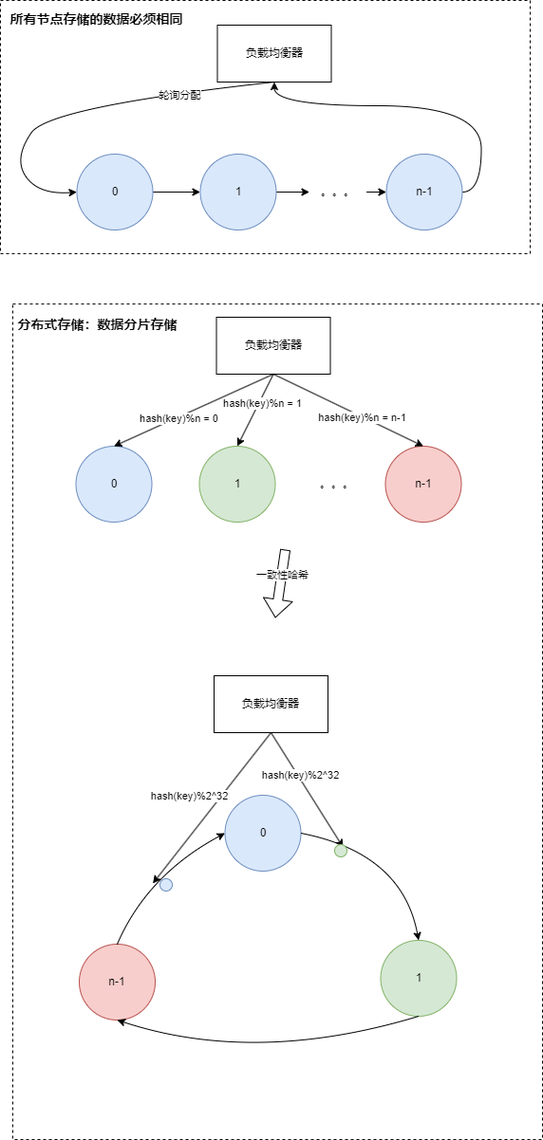
Above: CS/OS/网络系统/负载均衡.drawio.png in sirius-zyj/Images (draw.io), before the change. Source tidied: cells renumbered, new cells last; positions are measured from the earlier drawing's top-left corner, leaving out a move shared by most shapes. Its diagram source:
```xml
<mxGraphModel background="#ffffff">
  <root>
    <mxCell id="0" />
    <mxCell id="1" parent="0" />
    <mxCell id="2" style="rounded=0;whiteSpace=wrap;html=1;dashed=1;" parent="1" vertex="1">
      <mxGeometry width="558" height="267" as="geometry" />
    </mxCell>
    <mxCell id="3" style="rounded=0;whiteSpace=wrap;html=1;dashed=1;" parent="1" vertex="1">
      <mxGeometry x="13" y="320" width="558" height="881" as="geometry" />
    </mxCell>
    <mxCell id="4" value="负载均衡器" style="rounded=0;whiteSpace=wrap;html=1;" parent="1" vertex="1">
      <mxGeometry x="228.5" y="26" width="120" height="60" as="geometry" />
    </mxCell>
    <mxCell id="5" style="edgeStyle=orthogonalEdgeStyle;rounded=0;jettySize=auto;html=1;exitX=1;exitY=0.5;exitDx=0;exitDy=0;entryX=0;entryY=0.5;entryDx=0;entryDy=0;" parent="1" edge="1" source="6" target="8">
      <mxGeometry relative="1" as="geometry" />
    </mxCell>
    <mxCell id="6" value="0" style="ellipse;whiteSpace=wrap;html=1;fillColor=#dae8fc;strokeColor=#6c8ebf;" parent="1" vertex="1">
      <mxGeometry x="80.5" y="162" width="80" height="80" as="geometry" />
    </mxCell>
    <mxCell id="7" style="edgeStyle=orthogonalEdgeStyle;rounded=0;jettySize=auto;html=1;exitX=1;exitY=0.5;exitDx=0;exitDy=0;" parent="1" edge="1" source="8" target="12">
      <mxGeometry relative="1" as="geometry" />
    </mxCell>
    <mxCell id="8" value="1" style="ellipse;whiteSpace=wrap;html=1;fillColor=#dae8fc;strokeColor=#6c8ebf;" parent="1" vertex="1">
      <mxGeometry x="210.5" y="162" width="80" height="80" as="geometry" />
    </mxCell>
    <mxCell id="9" style="edgeStyle=orthogonalEdgeStyle;rounded=0;jettySize=auto;html=1;exitX=1;exitY=0.5;exitDx=0;exitDy=0;entryX=0.5;entryY=1;entryDx=0;entryDy=0;curved=1;" parent="1" edge="1" source="10" target="4">
      <mxGeometry relative="1" as="geometry">
        <Array as="points">
          <mxPoint x="506.5" y="202" />
          <mxPoint x="506.5" y="111" />
          <mxPoint x="288.5" y="111" />
        </Array>
      </mxGeometry>
    </mxCell>
    <mxCell id="10" value="n-1" style="ellipse;whiteSpace=wrap;html=1;fillColor=#dae8fc;strokeColor=#6c8ebf;" parent="1" vertex="1">
      <mxGeometry x="406.5" y="162" width="80" height="80" as="geometry" />
    </mxCell>
    <mxCell id="11" style="edgeStyle=orthogonalEdgeStyle;rounded=0;jettySize=auto;html=1;exitX=1;exitY=0.5;exitDx=0;exitDy=0;entryX=0;entryY=0.5;entryDx=0;entryDy=0;" parent="1" edge="1" source="12" target="10">
      <mxGeometry relative="1" as="geometry" />
    </mxCell>
    <mxCell id="12" value="。。。" style="text;html=1;align=center;verticalAlign=middle;whiteSpace=wrap;rounded=0;" parent="1" vertex="1">
      <mxGeometry x="325.5" y="187" width="60" height="30" as="geometry" />
    </mxCell>
    <mxCell id="13" style="endArrow=classic;html=1;rounded=0;exitX=0.5;exitY=1;exitDx=0;exitDy=0;entryX=0;entryY=0.5;entryDx=0;entryDy=0;curved=1;" parent="1" edge="1" source="4" target="6">
      <mxGeometry relative="1" as="geometry">
        <Array as="points">
          <mxPoint x="51.5" y="112" />
          <mxPoint x="13.5" y="167" />
          <mxPoint x="40.5" y="205" />
        </Array>
      </mxGeometry>
    </mxCell>
    <mxCell id="14" value="轮询分配" style="edgeLabel;html=1;align=center;verticalAlign=middle;" parent="13" vertex="1">
      <mxGeometry x="-0.49" y="2" relative="1" as="geometry" />
    </mxCell>
    <mxCell id="15" value="负载均衡器" style="rounded=0;whiteSpace=wrap;html=1;" parent="1" vertex="1">
      <mxGeometry x="227.5" y="334" width="120" height="60" as="geometry" />
    </mxCell>
    <mxCell id="16" value="0" style="ellipse;whiteSpace=wrap;html=1;fillColor=#dae8fc;strokeColor=#6c8ebf;" parent="1" vertex="1">
      <mxGeometry x="79.5" y="470" width="80" height="80" as="geometry" />
    </mxCell>
    <mxCell id="17" value="1" style="ellipse;whiteSpace=wrap;html=1;fillColor=#d5e8d4;strokeColor=#82b366;" parent="1" vertex="1">
      <mxGeometry x="209.5" y="470" width="80" height="80" as="geometry" />
    </mxCell>
    <mxCell id="18" value="n-1" style="ellipse;whiteSpace=wrap;html=1;fillColor=#f8cecc;strokeColor=#b85450;" parent="1" vertex="1">
      <mxGeometry x="405.5" y="470" width="80" height="80" as="geometry" />
    </mxCell>
    <mxCell id="19" value="。。。" style="text;html=1;align=center;verticalAlign=middle;whiteSpace=wrap;rounded=0;" parent="1" vertex="1">
      <mxGeometry x="324.5" y="495" width="60" height="30" as="geometry" />
    </mxCell>
    <mxCell id="20" style="endArrow=classic;html=1;rounded=0;exitX=0.5;exitY=1;exitDx=0;exitDy=0;entryX=0.5;entryY=0;entryDx=0;entryDy=0;" parent="1" edge="1" source="15" target="17">
      <mxGeometry relative="1" as="geometry" />
    </mxCell>
    <mxCell id="21" value="hash(key)%n = 1" style="edgeLabel;html=1;align=center;verticalAlign=middle;" parent="20" vertex="1">
      <mxGeometry x="-0.22" y="3" relative="1" as="geometry" />
    </mxCell>
    <mxCell id="22" style="endArrow=classic;html=1;rounded=0;exitX=0.5;exitY=1;exitDx=0;exitDy=0;entryX=0.5;entryY=0;entryDx=0;entryDy=0;" parent="1" edge="1" source="15" target="16">
      <mxGeometry relative="1" as="geometry" />
    </mxCell>
    <mxCell id="23" value="hash(key)%n = 0" style="edgeLabel;html=1;align=center;verticalAlign=middle;" parent="22" vertex="1">
      <mxGeometry x="0.19" y="1" relative="1" as="geometry" />
    </mxCell>
    <mxCell id="24" style="endArrow=classic;html=1;rounded=0;exitX=0.5;exitY=1;exitDx=0;exitDy=0;entryX=0.5;entryY=0;entryDx=0;entryDy=0;" parent="1" edge="1" source="15" target="18">
      <mxGeometry relative="1" as="geometry" />
    </mxCell>
    <mxCell id="25" value="hash(key)%n = n-1" style="edgeLabel;html=1;align=center;verticalAlign=middle;" parent="24" vertex="1">
      <mxGeometry x="-0.22" y="3" relative="1" as="geometry">
        <mxPoint x="30" y="18" as="offset" />
      </mxGeometry>
    </mxCell>
    <mxCell id="26" value="所有节点存储的数据必须相同" style="text;html=1;align=center;verticalAlign=middle;whiteSpace=wrap;rounded=0;fontStyle=1;fontSize=14;" parent="1" vertex="1">
      <mxGeometry x="4.5" y="5" width="193" height="30" as="geometry" />
    </mxCell>
    <mxCell id="27" value="分布式存储：数据分片存储" style="text;html=1;align=center;verticalAlign=middle;whiteSpace=wrap;rounded=0;fontStyle=1;fontSize=14;" parent="1" vertex="1">
      <mxGeometry x="6" y="327" width="193" height="30" as="geometry" />
    </mxCell>
    <mxCell id="28" value="0" style="ellipse;whiteSpace=wrap;html=1;fillColor=#dae8fc;strokeColor=#6c8ebf;" parent="1" vertex="1">
      <mxGeometry x="236.5" y="838" width="80" height="80" as="geometry" />
    </mxCell>
    <mxCell id="29" value="1" style="ellipse;whiteSpace=wrap;html=1;fillColor=#d5e8d4;strokeColor=#82b366;" parent="1" vertex="1">
      <mxGeometry x="400.5" y="991" width="80" height="80" as="geometry" />
    </mxCell>
    <mxCell id="30" value="n-1" style="ellipse;whiteSpace=wrap;html=1;fillColor=#f8cecc;strokeColor=#b85450;" parent="1" vertex="1">
      <mxGeometry x="83" y="995" width="80" height="80" as="geometry" />
    </mxCell>
    <mxCell id="31" style="endArrow=classic;html=1;rounded=0;exitX=1;exitY=0.5;exitDx=0;exitDy=0;entryX=0.5;entryY=0;entryDx=0;entryDy=0;curved=1;" parent="1" edge="1" source="28" target="29">
      <mxGeometry relative="1" as="geometry">
        <Array as="points">
          <mxPoint x="423.5" y="899" />
        </Array>
      </mxGeometry>
    </mxCell>
    <mxCell id="32" style="endArrow=classic;html=1;rounded=0;exitX=0.5;exitY=1;exitDx=0;exitDy=0;entryX=0.5;entryY=1;entryDx=0;entryDy=0;curved=1;" parent="1" edge="1" source="29" target="30">
      <mxGeometry relative="1" as="geometry">
        <Array as="points">
          <mxPoint x="268.5" y="1123" />
        </Array>
      </mxGeometry>
    </mxCell>
    <mxCell id="33" style="endArrow=classic;html=1;rounded=0;exitX=0.5;exitY=0;exitDx=0;exitDy=0;entryX=0;entryY=0.5;entryDx=0;entryDy=0;curved=1;" parent="1" edge="1" source="30" target="28">
      <mxGeometry relative="1" as="geometry">
        <Array as="points">
          <mxPoint x="154.5" y="922" />
        </Array>
      </mxGeometry>
    </mxCell>
    <mxCell id="34" style="shape=flexArrow;endArrow=classic;html=1;rounded=0;" parent="1" edge="1">
      <mxGeometry relative="1" as="geometry">
        <mxPoint x="300.1" y="579" as="sourcePoint" />
        <mxPoint x="289.5" y="651" as="targetPoint" />
      </mxGeometry>
    </mxCell>
    <mxCell id="35" value="一致性哈希" style="edgeLabel;html=1;align=center;verticalAlign=middle;" parent="34" vertex="1">
      <mxGeometry x="-0.25" relative="1" as="geometry" />
    </mxCell>
    <mxCell id="36" value="负载均衡器" style="rounded=0;whiteSpace=wrap;html=1;" parent="1" vertex="1">
      <mxGeometry x="225" y="712" width="120" height="60" as="geometry" />
    </mxCell>
    <mxCell id="37" style="endArrow=classic;html=1;rounded=0;exitX=0.5;exitY=1;exitDx=0;exitDy=0;" parent="1" edge="1" source="36">
      <mxGeometry relative="1" as="geometry">
        <mxPoint x="361" y="893" as="targetPoint" />
      </mxGeometry>
    </mxCell>
    <mxCell id="38" value="hash(key)%2^32" style="edgeLabel;html=1;align=center;verticalAlign=middle;" parent="37" vertex="1">
      <mxGeometry x="-0.24" y="2" relative="1" as="geometry" />
    </mxCell>
    <mxCell id="39" style="ellipse;whiteSpace=wrap;html=1;fillColor=#d5e8d4;strokeColor=#82b366;" parent="1" vertex="1">
      <mxGeometry x="352" y="890" width="13" height="13" as="geometry" />
    </mxCell>
    <mxCell id="40" style="endArrow=classic;html=1;rounded=0;exitX=0.5;exitY=1;exitDx=0;exitDy=0;" parent="1" edge="1" source="36">
      <mxGeometry relative="1" as="geometry">
        <mxPoint x="160.5" y="931" as="targetPoint" />
      </mxGeometry>
    </mxCell>
    <mxCell id="41" value="hash(key)%2^32" style="edgeLabel;html=1;align=center;verticalAlign=middle;" parent="40" vertex="1">
      <mxGeometry x="-0.24" y="2" relative="1" as="geometry">
        <mxPoint x="-41" y="5" as="offset" />
      </mxGeometry>
    </mxCell>
    <mxCell id="42" style="ellipse;whiteSpace=wrap;html=1;fillColor=#dae8fc;strokeColor=#6c8ebf;" parent="1" vertex="1">
      <mxGeometry x="168" y="926" width="13" height="13" as="geometry" />
    </mxCell>
  </root>
</mxGraphModel>
```
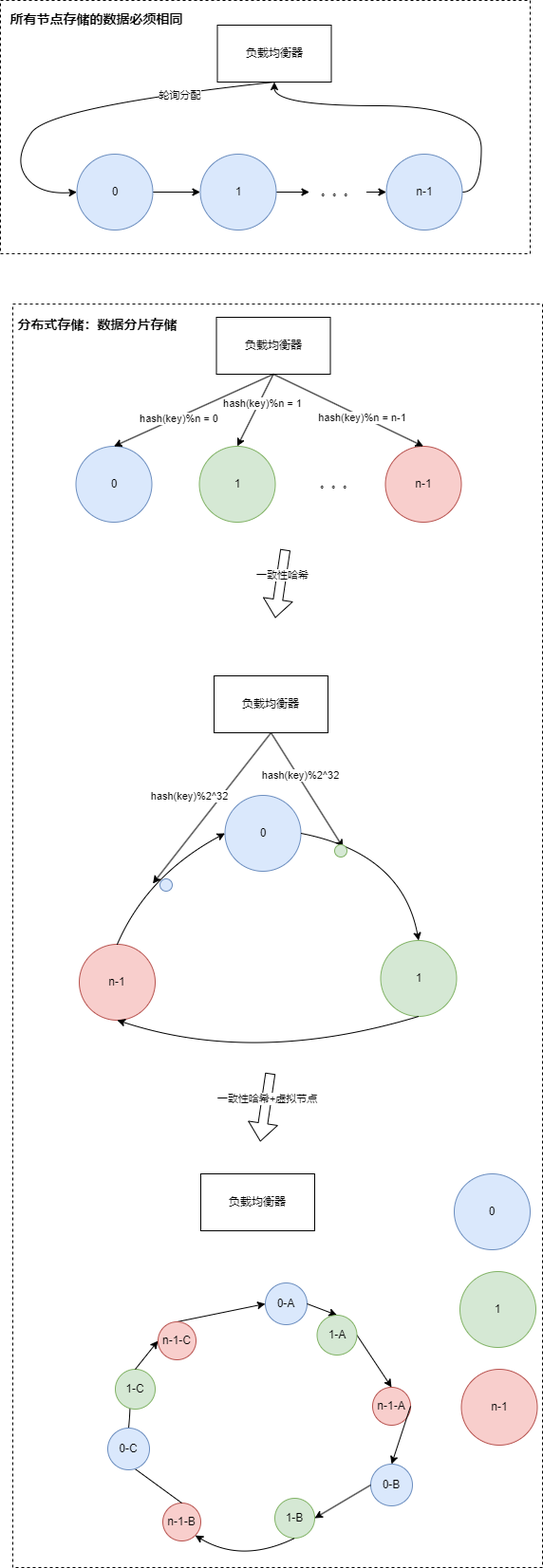
The same file after the commit.

Commit message:
更新负载均衡.drawio.png

What changed in the source:
```diff
@@ -6,7 +6,7 @@
       <mxGeometry width="558" height="267" as="geometry" />
     </mxCell>
     <mxCell id="3" style="rounded=0;whiteSpace=wrap;html=1;dashed=1;" parent="1" vertex="1">
-      <mxGeometry x="13" y="320" width="558" height="881" as="geometry" />
+      <mxGeometry x="13" y="320" width="558" height="1332" as="geometry" />
     </mxCell>
     <mxCell id="4" value="负载均衡器" style="rounded=0;whiteSpace=wrap;html=1;" parent="1" vertex="1">
       <mxGeometry x="228.5" y="26" width="120" height="60" as="geometry" />
@@ -160,5 +160,88 @@
     <mxCell id="42" style="ellipse;whiteSpace=wrap;html=1;fillColor=#dae8fc;strokeColor=#6c8ebf;" parent="1" vertex="1">
       <mxGeometry x="168" y="926" width="13" height="13" as="geometry" />
     </mxCell>
+    <mxCell id="43" style="shape=flexArrow;endArrow=classic;html=1;rounded=0;" parent="1" edge="1">
+      <mxGeometry relative="1" as="geometry">
+        <mxPoint x="284.3" y="1131" as="sourcePoint" />
+        <mxPoint x="273.7" y="1203" as="targetPoint" />
+      </mxGeometry>
+    </mxCell>
+    <mxCell id="44" value="一致性哈希+虚拟节点" style="edgeLabel;html=1;align=center;verticalAlign=middle;" parent="43" vertex="1">
+      <mxGeometry x="-0.25" relative="1" as="geometry" />
+    </mxCell>
+    <mxCell id="45" value="0-A" style="ellipse;whiteSpace=wrap;html=1;fillColor=#dae8fc;strokeColor=#6c8ebf;" parent="1" vertex="1">
+      <mxGeometry x="279" y="1352" width="44" height="44" as="geometry" />
+    </mxCell>
+    <mxCell id="46" value="1-B" style="ellipse;whiteSpace=wrap;html=1;fillColor=#d5e8d4;strokeColor=#82b366;" parent="1" vertex="1">
+      <mxGeometry x="289" y="1579" width="42" height="42" as="geometry" />
+    </mxCell>
+    <mxCell id="47" value="n-1-B" style="ellipse;whiteSpace=wrap;html=1;fillColor=#f8cecc;strokeColor=#b85450;" parent="1" vertex="1">
+      <mxGeometry x="171" y="1584" width="40" height="40" as="geometry" />
+    </mxCell>
+    <mxCell id="48" style="endArrow=classic;html=1;rounded=0;exitX=0.5;exitY=0;exitDx=0;exitDy=0;entryX=0;entryY=0.5;entryDx=0;entryDy=0;curved=1;" parent="1" edge="1" source="56" target="45">
+      <mxGeometry relative="1" as="geometry" />
+    </mxCell>
+    <mxCell id="49" value="负载均衡器" style="rounded=0;whiteSpace=wrap;html=1;" parent="1" vertex="1">
+      <mxGeometry x="211" y="1237" width="120" height="60" as="geometry" />
+    </mxCell>
+    <mxCell id="50" style="endArrow=classic;html=1;rounded=0;exitX=1;exitY=0.5;exitDx=0;exitDy=0;entryX=0.5;entryY=0;entryDx=0;entryDy=0;curved=1;" parent="1" edge="1" source="60" target="51">
+      <mxGeometry relative="1" as="geometry" />
+    </mxCell>
+    <mxCell id="51" value="n-1-A" style="ellipse;whiteSpace=wrap;html=1;fillColor=#f8cecc;strokeColor=#b85450;" parent="1" vertex="1">
+      <mxGeometry x="392" y="1462" width="40" height="40" as="geometry" />
+    </mxCell>
+    <mxCell id="52" style="endArrow=classic;html=1;rounded=0;exitX=0.5;exitY=1;exitDx=0;exitDy=0;entryX=1;entryY=1;entryDx=0;entryDy=0;curved=1;" parent="1" edge="1" source="46" target="47">
+      <mxGeometry relative="1" as="geometry">
+        <Array as="points">
+          <mxPoint x="254.5" y="1648" />
+        </Array>
+      </mxGeometry>
+    </mxCell>
+    <mxCell id="53" style="endArrow=classic;html=1;rounded=0;exitX=0.5;exitY=0;exitDx=0;exitDy=0;entryX=0;entryY=0.5;entryDx=0;entryDy=0;curved=1;" parent="1" edge="1" source="58" target="54">
+      <mxGeometry relative="1" as="geometry">
+        <Array as="points">
+          <mxPoint x="140.5" y="1447" />
+        </Array>
+      </mxGeometry>
+    </mxCell>
+    <mxCell id="54" value="1-C" style="ellipse;whiteSpace=wrap;html=1;fillColor=#d5e8d4;strokeColor=#82b366;" parent="1" vertex="1">
+      <mxGeometry x="121" y="1443" width="42" height="42" as="geometry" />
+    </mxCell>
+    <mxCell id="55" style="endArrow=classic;html=1;rounded=0;exitX=0.5;exitY=0;exitDx=0;exitDy=0;entryX=0;entryY=0.5;entryDx=0;entryDy=0;curved=1;" parent="1" edge="1" source="54" target="56">
+      <mxGeometry relative="1" as="geometry" />
+    </mxCell>
+    <mxCell id="56" value="n-1-C" style="ellipse;whiteSpace=wrap;html=1;fillColor=#f8cecc;strokeColor=#b85450;" parent="1" vertex="1">
+      <mxGeometry x="166" y="1393" width="40" height="40" as="geometry" />
+    </mxCell>
+    <mxCell id="57" style="endArrow=classic;html=1;rounded=0;exitX=0.5;exitY=0;exitDx=0;exitDy=0;entryX=0;entryY=0.5;entryDx=0;entryDy=0;curved=1;" parent="1" edge="1" source="47" target="58">
+      <mxGeometry relative="1" as="geometry" />
+    </mxCell>
+    <mxCell id="58" value="0-C" style="ellipse;whiteSpace=wrap;html=1;fillColor=#dae8fc;strokeColor=#6c8ebf;" parent="1" vertex="1">
+      <mxGeometry x="113" y="1505" width="44" height="44" as="geometry" />
+    </mxCell>
+    <mxCell id="59" style="endArrow=classic;html=1;rounded=0;exitX=1;exitY=0.5;exitDx=0;exitDy=0;entryX=0.5;entryY=0;entryDx=0;entryDy=0;curved=1;" parent="1" edge="1" source="45" target="60">
+      <mxGeometry relative="1" as="geometry" />
+    </mxCell>
+    <mxCell id="60" value="1-A" style="ellipse;whiteSpace=wrap;html=1;fillColor=#d5e8d4;strokeColor=#82b366;" parent="1" vertex="1">
+      <mxGeometry x="333.5" y="1386" width="42" height="42" as="geometry" />
+    </mxCell>
+    <mxCell id="61" style="endArrow=classic;html=1;rounded=0;exitX=1;exitY=0.5;exitDx=0;exitDy=0;entryX=0.5;entryY=0;entryDx=0;entryDy=0;curved=1;" parent="1" edge="1" source="51" target="62">
+      <mxGeometry relative="1" as="geometry" />
+    </mxCell>
+    <mxCell id="62" value="0-B" style="ellipse;whiteSpace=wrap;html=1;fillColor=#dae8fc;strokeColor=#6c8ebf;" parent="1" vertex="1">
+      <mxGeometry x="390" y="1543" width="44" height="44" as="geometry" />
+    </mxCell>
+    <mxCell id="63" style="endArrow=classic;html=1;rounded=0;exitX=0;exitY=0.5;exitDx=0;exitDy=0;entryX=1;entryY=0.5;entryDx=0;entryDy=0;" parent="1" edge="1" source="62" target="46">
+      <mxGeometry relative="1" as="geometry" />
+    </mxCell>
+    <mxCell id="64" value="1" style="ellipse;whiteSpace=wrap;html=1;fillColor=#d5e8d4;strokeColor=#82b366;" parent="1" vertex="1">
+      <mxGeometry x="484" y="1340" width="80" height="80" as="geometry" />
+    </mxCell>
+    <mxCell id="65" value="0" style="ellipse;whiteSpace=wrap;html=1;fillColor=#dae8fc;strokeColor=#6c8ebf;" parent="1" vertex="1">
+      <mxGeometry x="478" y="1237" width="80" height="80" as="geometry" />
+    </mxCell>
+    <mxCell id="66" value="n-1" style="ellipse;whiteSpace=wrap;html=1;fillColor=#f8cecc;strokeColor=#b85450;" parent="1" vertex="1">
+      <mxGeometry x="485.5" y="1443" width="80" height="80" as="geometry" />
+    </mxCell>
   </root>
 </mxGraphModel>
```
